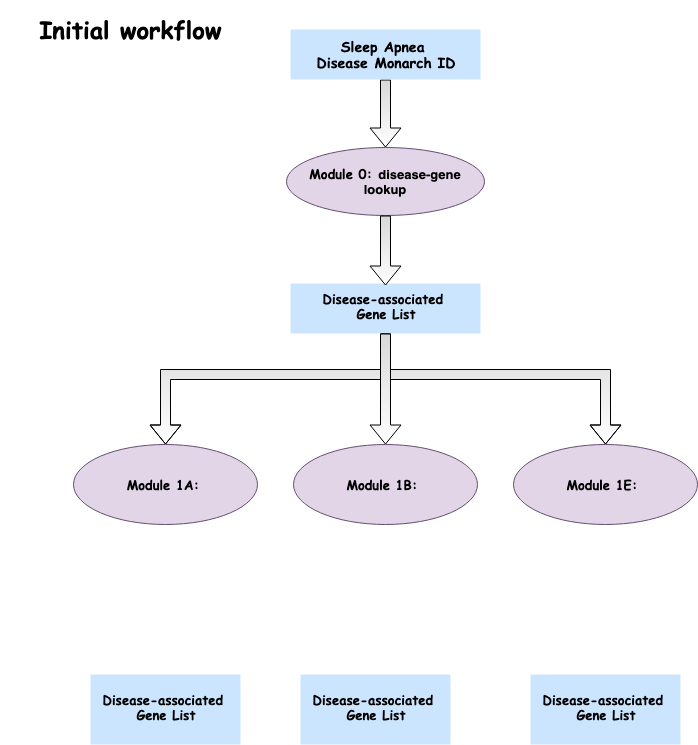
Above: workflow2_diagram.png in imxiaow/SleepApnea-Presentation (draw.io), before the change. Source tidied: cells renumbered, new cells last; positions are measured from the earlier drawing's top-left corner, leaving out a move shared by most shapes.
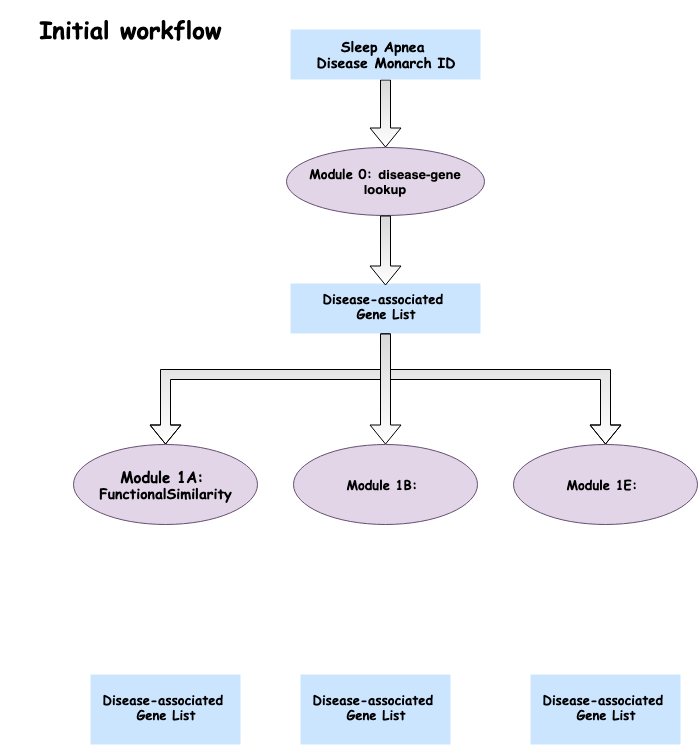
After the commit.

The edit, as a diff of the source:
```diff
@@ -55,7 +55,7 @@
     <mxCell id="13" value="&lt;h4 style=&quot;font-size: 13px&quot;&gt;&lt;font face=&quot;Comic Sans MS&quot; style=&quot;font-size: 13px&quot;&gt;Disease-associated&amp;nbsp;&lt;br&gt;&lt;/font&gt;&lt;font face=&quot;Comic Sans MS&quot; style=&quot;font-size: 13px&quot;&gt;Gene List&lt;/font&gt;&lt;/h4&gt;" style="rounded=0;whiteSpace=wrap;html=1;fillColor=#cce5ff;strokeColor=none;" parent="1" vertex="1">
       <mxGeometry x="300" y="660" width="150" height="70" as="geometry" />
     </mxCell>
-    <mxCell id="14" value="&lt;h3&gt;&lt;/h3&gt;&lt;h3 style=&quot;font-size: 13px&quot;&gt;&lt;font face=&quot;Comic Sans MS&quot; style=&quot;font-size: 13px&quot;&gt;Module 1A:&amp;nbsp;&lt;/font&gt;&lt;/h3&gt;" style="ellipse;whiteSpace=wrap;html=1;fillColor=#e1d5e7;strokeColor=#654E70;gradientColor=none;" parent="1" vertex="1">
+    <mxCell id="14" value="&lt;h3&gt;&lt;/h3&gt;&lt;h3 style=&quot;text-align: center&quot;&gt;&lt;font face=&quot;Comic Sans MS&quot;&gt;&lt;font style=&quot;font-size: 15px&quot;&gt;Module 1A:&amp;nbsp;&lt;br&gt;&lt;/font&gt;&lt;/font&gt;&lt;font face=&quot;Comic Sans MS&quot;&gt;&lt;b&gt;FunctionalSimilarity&lt;/b&gt;&lt;/font&gt;&lt;/h3&gt;" style="ellipse;whiteSpace=wrap;html=1;fillColor=#e1d5e7;strokeColor=#654E70;gradientColor=none;" parent="1" vertex="1">
       <mxGeometry x="73" y="430" width="184" height="80" as="geometry" />
     </mxCell>
     <mxCell id="15" value="&lt;h3&gt;&lt;/h3&gt;&lt;h3 style=&quot;font-size: 13px&quot;&gt;&lt;font face=&quot;Comic Sans MS&quot; style=&quot;font-size: 13px&quot;&gt;Module 1B:&amp;nbsp;&lt;/font&gt;&lt;/h3&gt;" style="ellipse;whiteSpace=wrap;html=1;fillColor=#e1d5e7;strokeColor=#654E70;gradientColor=none;" parent="1" vertex="1">
```
